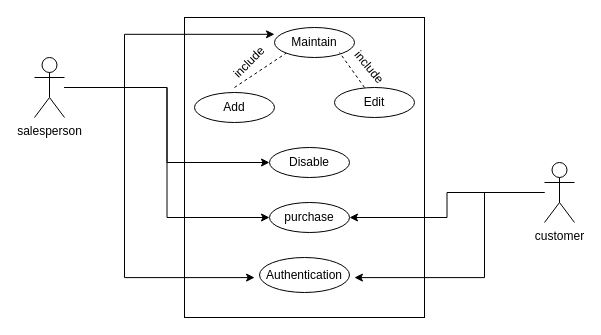
Above: page "Page-1" (1 of 2) of docs/use-case Diagram v0.drawio in marketplus95/marketplus95 (draw.io), before the change. Source tidied: cells renumbered, new cells numbered last; positions are measured from the earlier drawing's top-left corner, leaving out a move shared by most shapes. Both pictures are drawn from the tidied source at 100%, with x=0, y=0 at pixel (34, 17).
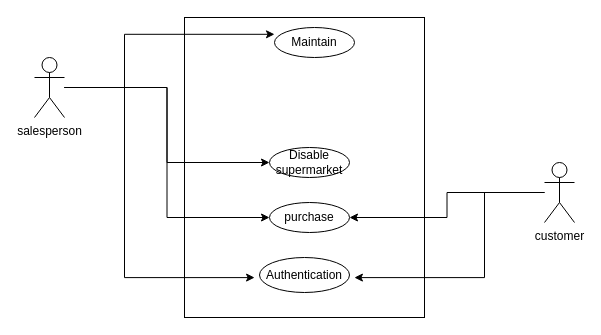
The same diagram, later.

The change refers to these unchanged cells:
```xml
<mxCell id="11" style="ellipse;whiteSpace=wrap;html=1;" parent="1" vertex="1">
  <mxGeometry x="240" y="10" width="80" height="30" as="geometry" />
</mxCell>
```

The edit, as a diff of the source:
```diff
@@
-    <mxCell id="13" style="ellipse;whiteSpace=wrap;html=1;" parent="1" vertex="1">
-      <mxGeometry x="300" y="70" width="80" height="30" as="geometry" />
-    </mxCell>
-    <mxCell id="14" value="Edit" style="text;html=1;strokeColor=none;fillColor=none;align=center;verticalAlign=middle;whiteSpace=wrap;rounded=0;" parent="1" vertex="1">
-      <mxGeometry x="320" y="75" width="40" height="20" as="geometry" />
-    </mxCell>
-    <mxCell id="15" style="ellipse;whiteSpace=wrap;html=1;" parent="1" vertex="1">
-      <mxGeometry x="160" y="75" width="80" height="30" as="geometry" />
-    </mxCell>
-    <mxCell id="16" value="Add" style="text;html=1;strokeColor=none;fillColor=none;align=center;verticalAlign=middle;whiteSpace=wrap;rounded=0;" parent="1" vertex="1">
-      <mxGeometry x="180" y="80" width="40" height="20" as="geometry" />
-    </mxCell>
@@
-    <mxCell id="18" value="Disable" style="text;html=1;strokeColor=none;fillColor=none;align=center;verticalAlign=middle;whiteSpace=wrap;rounded=0;" parent="1" vertex="1">
+    <mxCell id="18" value="Disable supermarket" style="text;html=1;strokeColor=none;fillColor=none;align=center;verticalAlign=middle;whiteSpace=wrap;rounded=0;" parent="1" vertex="1">
       <mxGeometry x="255" y="135" width="40" height="20" as="geometry" />
     </mxCell>
@@
-    <mxCell id="21" style="endArrow=none;dashed=1;html=1;entryX=0;entryY=1;entryDx=0;entryDy=0;" parent="1" edge="1" target="11">
-      <mxGeometry relative="1" as="geometry">
-        <mxPoint x="200" y="70" as="sourcePoint" />
-      </mxGeometry>
-    </mxCell>
-    <mxCell id="22" style="endArrow=none;dashed=1;html=1;" parent="1" edge="1">
-      <mxGeometry relative="1" as="geometry">
-        <mxPoint x="330" y="70" as="sourcePoint" />
-        <mxPoint x="305" y="35" as="targetPoint" />
-      </mxGeometry>
-    </mxCell>
-    <mxCell id="23" value="include" style="text;html=1;strokeColor=none;fillColor=none;align=center;verticalAlign=middle;whiteSpace=wrap;rounded=0;rotation=-45;" parent="1" vertex="1">
-      <mxGeometry x="195" y="35" width="40" height="20" as="geometry" />
-    </mxCell>
-    <mxCell id="24" value="include" style="text;html=1;strokeColor=none;fillColor=none;align=center;verticalAlign=middle;whiteSpace=wrap;rounded=0;rotation=50;" parent="1" vertex="1">
-      <mxGeometry x="315" y="40" width="40" height="20" as="geometry" />
-    </mxCell>
```
